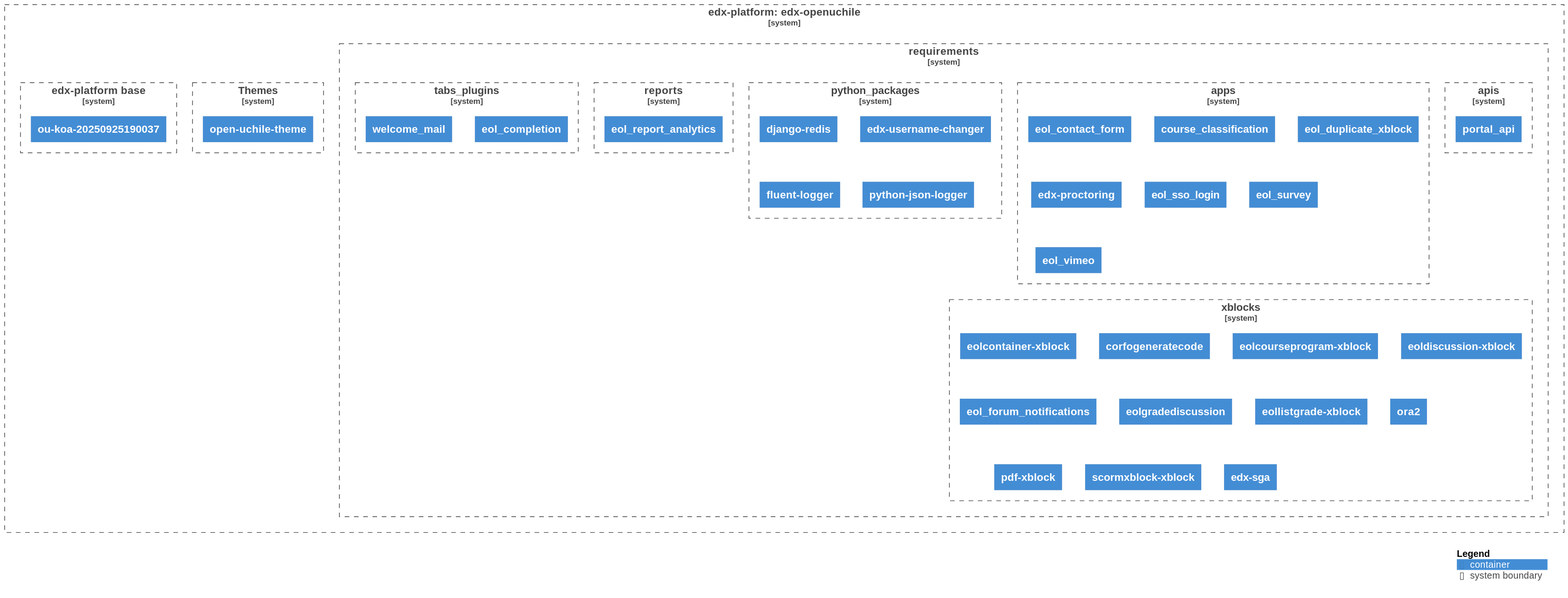
The PlantUML diagram diagrams/diagram.svg in eol-uchile/edx-openuchile, before a commit. Its diagram source:
```plantuml
@startuml
!define C4Container https://raw.githubusercontent.com/plantuml-stdlib/C4-PlantUML/master/C4_Container.puml
!include C4Container

skinparam svgLinkTarget foo

System_Boundary(c1, "edx-platform: edx-openuchile", $link="https://github.com/eol-uchile/edx-openuchile") {
    System_Boundary(c2, "requirements", $link="https://github.com/eol-uchile/edx-openuchile/blob/openuchile-release/koa/requirements/") {

            System_Boundary(apis, "apis", $link="https://github.com/eol-uchile/edx-openuchile/blob/openuchile-release/koa/requirements/apis.txt") {

                Container(apis1, "portal_api", $link="https://github.com/eol-uchile/portal_api/releases/tag/0.3")

            }

            System_Boundary(apps, "apps", $link="https://github.com/eol-uchile/edx-openuchile/blob/openuchile-release/koa/requirements/apps.txt") {

                Container(apps1, "eol_contact_form", $link="https://github.com/eol-uchile/eol_contact_form/releases/tag/0.5.3")

                Container(apps2, "course_classification", $link="https://github.com/eol-uchile/course_classification/releases/tag/1.2.1")

                Container(apps3, "eol_duplicate_xblock", $link="https://github.com/eol-uchile/eol_duplicate_xblock/releases/tag/1.0.0")

                Container(apps4, "edx-proctoring", $link="https://github.com/openedx/edx-proctoring/releases/tag/2.6.7")

                Container(apps5, "eol_sso_login", $link="https://github.com/eol-uchile/eol_sso_login/releases/tag/0.1.1")

                Container(apps6, "eol_survey", $link="https://github.com/eol-uchile/eol_survey/releases/tag/1.0.0")

                Container(apps7, "eol_vimeo", $link="https://github.com/eol-uchile/eol_vimeo/releases/tag/1.0.1")

            }

            System_Boundary(python_packages, "python_packages", $link="https://github.com/eol-uchile/edx-openuchile/blob/openuchile-release/koa/requirements/python_packages.txt") {

                Container(python_packages1, "django-redis")

                Container(python_packages2, "edx-username-changer", $link="https://github.com/mitodl/edx-username-changer.git/releases/tag/main")

                Container(python_packages3, "fluent-logger")

                Container(python_packages4, "python-json-logger")

            }

            System_Boundary(reports, "reports", $link="https://github.com/eol-uchile/edx-openuchile/blob/openuchile-release/koa/requirements/reports.txt") {

                Container(reports1, "eol_report_analytics", $link="https://github.com/eol-uchile/eol_report_analytics/releases/tag/0.0.1")

            }

            System_Boundary(tabs_plugins, "tabs_plugins", $link="https://github.com/eol-uchile/edx-openuchile/blob/openuchile-release/koa/requirements/tabs_plugins.txt") {

                Container(tabs_plugins1, "eol_completion", $link="https://github.com/eol-uchile/eol_completion/releases/tag/0.0.1+open")

                Container(tabs_plugins2, "welcome_mail", $link="https://github.com/eol-uchile/eol_welcome_mail/releases/tag/0.0.1")

            }

            System_Boundary(xblocks, "xblocks", $link="https://github.com/eol-uchile/edx-openuchile/blob/openuchile-release/koa/requirements/xblocks.txt") {

                Container(xblocks1, "eolcontainer-xblock", $link="https://github.com/eol-uchile/eol-container-xblock.git/releases/tag/v1.0.0")

                Container(xblocks2, "corfogeneratecode", $link="https://github.com/eol-uchile/corfo_generate_code/commit/a6b171148ba7278c05c664f0eb41f52743634bd2")

                Container(xblocks3, "eolcourseprogram-xblock", $link="https://github.com/eol-uchile/eol-course-program-xblock/releases/tag/0.1.1")

                Container(xblocks4, "eoldiscussion-xblock", $link="https://github.com/eol-uchile/eol_xblock_discussion/releases/tag/1.0.1")

                Container(xblocks5, "eol_forum_notifications", $link="https://github.com/eol-uchile/eol_forum_notifications/releases/tag/1.0.0")

                Container(xblocks6, "eolgradediscussion", $link="https://github.com/eol-uchile/eol_gradeforum_xblock/releases/tag/1.0.0")

                Container(xblocks7, "eollistgrade-xblock", $link="https://github.com/eol-uchile/eol_list_grade/releases/tag/1.0.0")

                Container(xblocks8, "ora2", $link="https://github.com/eol-uchile/edx-ora2.git/commit/e873498bd2671b830f19a2441ec1608b7d4bbbc4")

                Container(xblocks9, "pdf-xblock", $link="https://github.com/eol-uchile/pdfXBlock/releases/tag/v0.5.1")

                Container(xblocks10, "scormxblock-xblock", $link="https://github.com/eol-uchile/edx_xblock_scorm/commit/c23184c0e22a7847f0b0c917bbe431c2973770fb")

                Container(xblocks11, "edx-sga", $link="https://github.com/eol-uchile/edx-sga/releases/tag/0.10.0+eol3.1.2")

            }

    }

    System_Boundary(theme, "Themes", $link="https://github.com/eol-uchile/edx-openuchile/blob/openuchile-release/koa/themes/") {

            Container(theme1, "open-uchile-theme", $link="https://github.com/eol-uchile/open-uchile-theme")

    }

    System_Boundary(dockerfile, "edx-platform base", $link="https://github.com/eol-uchile/edx-openuchile/blob/openuchile-release/koa/Dockerfile") {
            Container(dk, "ou-koa-20250925190037", $link="https://ghcr.io/eol-uchile/edx-platform:ou-koa-20250925190037")
    }
}

SHOW_LEGEND()
@enduml
```
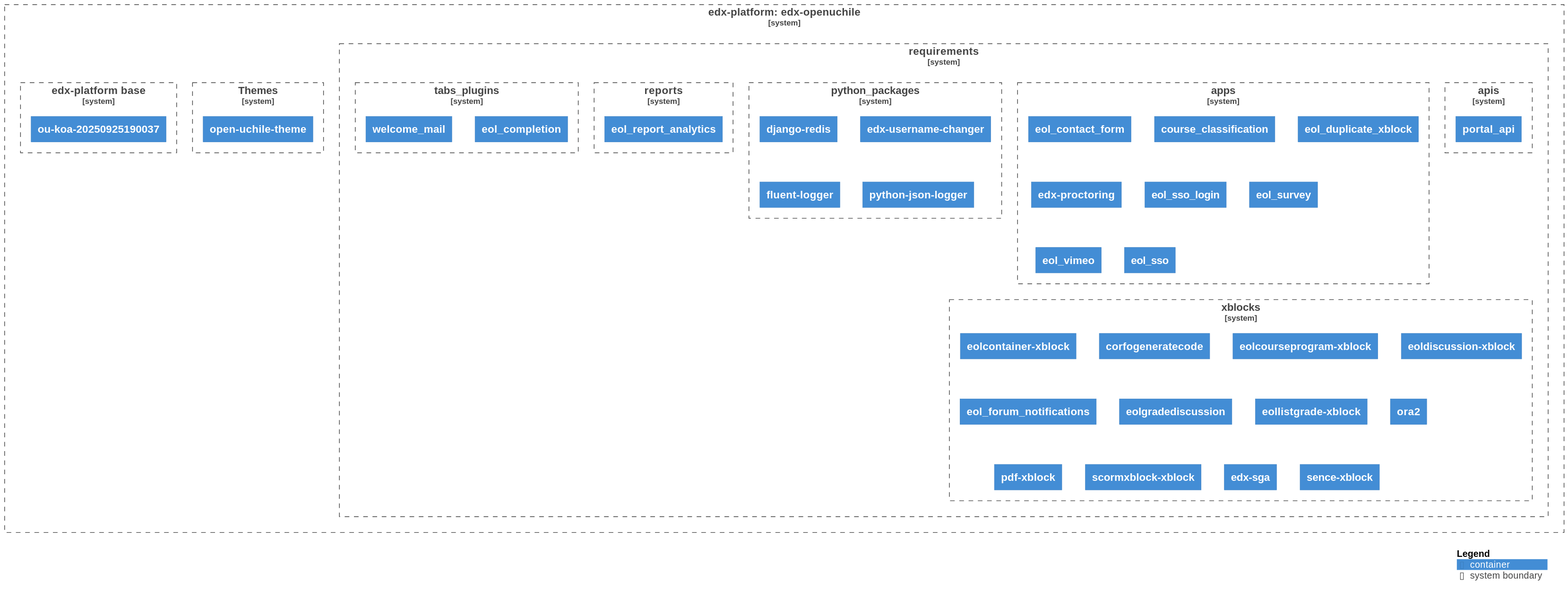
Above is the later version.

Commit message:
chore: Auto-generate UML diagram

Diff of the diagram source:
```diff
@@ -28,6 +28,8 @@
                 Container(apps6, "eol_survey", $link="https://github.com/eol-uchile/eol_survey/releases/tag/1.0.0")
 
                 Container(apps7, "eol_vimeo", $link="https://github.com/eol-uchile/eol_vimeo/releases/tag/1.0.1")
+
+                Container(apps8, "eol_sso", $link="https://github.com/eol-uchile/eol_sso/releases/tag/1.0.1")
 
             }
 
@@ -67,7 +69,7 @@
 
                 Container(xblocks4, "eoldiscussion-xblock", $link="https://github.com/eol-uchile/eol_xblock_discussion/releases/tag/1.0.1")
 
-                Container(xblocks5, "eol_forum_notifications", $link="https://github.com/eol-uchile/eol_forum_notifications/releases/tag/1.0.0")
+                Container(xblocks5, "eol_forum_notifications", $link="https://github.com/eol-uchile/eol_forum_notifications/releases/tag/1.0.3")
 
                 Container(xblocks6, "eolgradediscussion", $link="https://github.com/eol-uchile/eol_gradeforum_xblock/releases/tag/1.0.0")
 
@@ -80,6 +82,8 @@
                 Container(xblocks10, "scormxblock-xblock", $link="https://github.com/eol-uchile/edx_xblock_scorm/commit/c23184c0e22a7847f0b0c917bbe431c2973770fb")
 
                 Container(xblocks11, "edx-sga", $link="https://github.com/eol-uchile/edx-sga/releases/tag/0.10.0+eol3.1.2")
+
+                Container(xblocks12, "sence-xblock", $link="https://github.com/eol-uchile/sence-xblock/releases/tag/2.0.0")
 
             }
 
```
